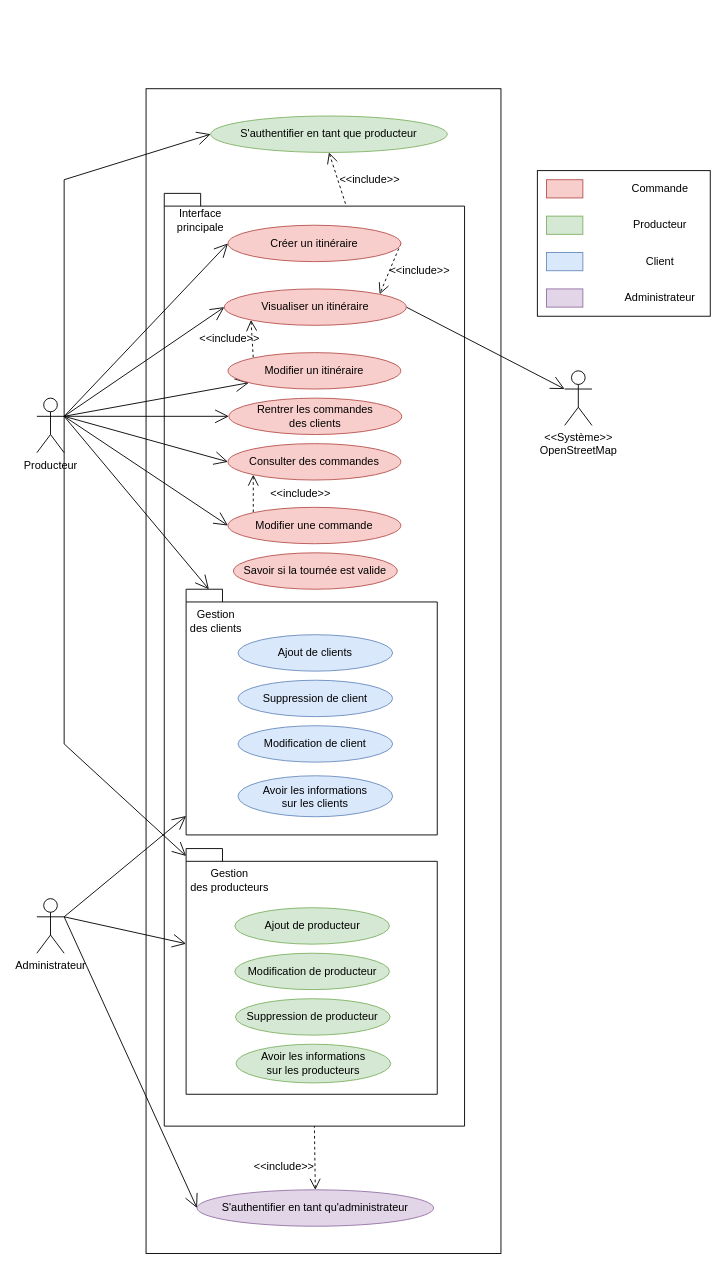
Above: GenieLogiciel/Diagrammes/diagramme-cas-utilisation/CasUtilisation.drawio in aeiiver/the-farmer-project (draw.io), before the change. Source tidied: cells renumbered, new cells numbered last; positions are measured from the earlier drawing's top-left corner, leaving out a move shared by most shapes. Both pictures are drawn from the tidied source at 91%, with x=0, y=0 at pixel (36, 88).
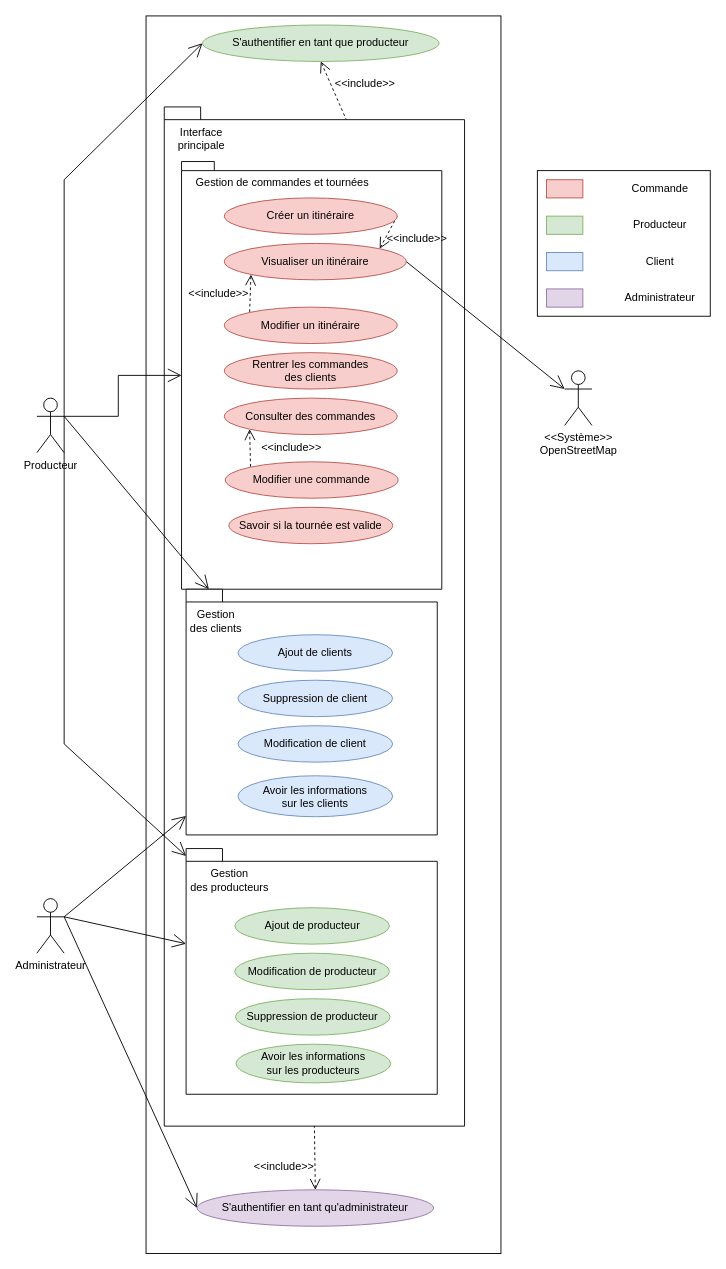
Above is the later version.

Commit message (it also covers changes not shown here):
Mise à jour du diagramme de cas d'utilisation (ajout d'un package de gestion de commande et correction d'une flèche)

The change refers to these unchanged cells:
```xml
<mxCell id="9" value="Producteur" style="shape=umlActor;verticalLabelPosition=bottom;verticalAlign=top;html=1;" parent="1" vertex="1">
  <mxGeometry y="340" width="30" height="60" as="geometry" />
</mxCell>
```

Diff of the diagram source:
```diff
@@
     <mxCell id="2" style="rounded=0;whiteSpace=wrap;html=1;" parent="1" vertex="1">
-      <mxGeometry x="120" width="390" height="1280" as="geometry" />
+      <mxGeometry x="120" y="-80" width="390" height="1360" as="geometry" />
     </mxCell>
     <mxCell id="3" style="shape=folder;fontStyle=1;spacingTop=10;tabWidth=40;tabHeight=14;tabPosition=left;html=1;" parent="1" vertex="1">
-      <mxGeometry x="140" y="115" width="330" height="1025" as="geometry" />
+      <mxGeometry x="140" y="20" width="330" height="1120" as="geometry" />
     </mxCell>
-    <mxCell id="4" style="edgeStyle=none;rounded=0;jettySize=auto;html=1;exitX=1;exitY=0.3333333333333333;exitDx=0;exitDy=0;exitPerimeter=0;entryX=0;entryY=0.5;entryDx=0;entryDy=0;endArrow=open;endFill=0;startArrow=none;startFill=0;endSize=13;startSize=13;" parent="1" edge="1" source="9" target="20">
-      <mxGeometry relative="1" as="geometry" />
-    </mxCell>
+    <mxCell id="61" style="shape=folder;fontStyle=1;tabWidth=36;tabHeight=10;tabPosition=left;html=1;boundedLbl=1;" parent="1" vertex="1">
+      <mxGeometry x="159" y="80" width="286" height="470" as="geometry" />
+    </mxCell>
@@
-    <mxCell id="7" style="edgeStyle=none;rounded=0;jettySize=auto;html=1;exitX=1;exitY=0.3333333333333333;exitDx=0;exitDy=0;exitPerimeter=0;endArrow=open;endFill=0;endSize=13;" parent="1" edge="1" source="9" target="21">
-      <mxGeometry relative="1" as="geometry" />
-    </mxCell>
-    <mxCell id="8" style="edgeStyle=none;rounded=0;jettySize=auto;html=1;exitX=1;exitY=0.3333333333333333;exitDx=0;exitDy=0;exitPerimeter=0;entryX=0;entryY=0.5;entryDx=0;entryDy=0;endArrow=open;endFill=0;endSize=13;" parent="1" edge="1" source="9" target="30">
-      <mxGeometry relative="1" as="geometry" />
-    </mxCell>
+    <mxCell id="62" style="edgeStyle=orthogonalEdgeStyle;rounded=0;jettySize=auto;html=1;exitX=1;exitY=0.3333333333333333;exitDx=0;exitDy=0;exitPerimeter=0;endArrow=open;endFill=0;endSize=13;" parent="1" edge="1" source="9" target="61">
+      <mxGeometry relative="1" as="geometry" />
+    </mxCell>
@@
-    <mxCell id="16" style="edgeStyle=none;rounded=0;jettySize=auto;html=1;exitX=0;exitY=0.5;exitDx=0;exitDy=0;entryX=1;entryY=0.3333333333333333;entryDx=0;entryDy=0;entryPerimeter=0;endArrow=none;endFill=0;startArrow=open;startFill=0;endSize=13;startSize=13;" parent="1" edge="1" source="18" target="9">
-      <mxGeometry relative="1" as="geometry" />
-    </mxCell>
@@
     <mxCell id="18" value="Visualiser un itinéraire" style="ellipse;whiteSpace=wrap;html=1;fillColor=#f8cecc;strokeColor=#b85450;" parent="1" vertex="1">
-      <mxGeometry x="206" y="220" width="200" height="40" as="geometry" />
+      <mxGeometry x="206" y="170" width="200" height="40" as="geometry" />
     </mxCell>
@@
     <mxCell id="20" value="Créer un itinéraire" style="ellipse;whiteSpace=wrap;html=1;fillColor=#f8cecc;strokeColor=#b85450;" parent="1" vertex="1">
-      <mxGeometry x="210" y="150" width="190" height="40" as="geometry" />
+      <mxGeometry x="206" y="120" width="190" height="40" as="geometry" />
     </mxCell>
     <mxCell id="21" value="Modifier un itinéraire" style="ellipse;whiteSpace=wrap;html=1;fillColor=#f8cecc;strokeColor=#b85450;" parent="1" vertex="1">
-      <mxGeometry x="210" y="290" width="190" height="40" as="geometry" />
+      <mxGeometry x="206" y="240" width="190" height="40" as="geometry" />
     </mxCell>
-    <mxCell id="22" style="edgeStyle=none;rounded=0;jettySize=auto;html=1;exitX=0;exitY=0.5;exitDx=0;exitDy=0;entryX=1;entryY=0.3333333333333333;entryDx=0;entryDy=0;entryPerimeter=0;endArrow=none;endFill=0;startArrow=open;startFill=0;endSize=13;startSize=13;" parent="1" edge="1" source="23" target="9">
-      <mxGeometry relative="1" as="geometry" />
-    </mxCell>
     <mxCell id="23" value="Rentrer les commandes&lt;br&gt;des clients" style="ellipse;whiteSpace=wrap;html=1;fillColor=#f8cecc;strokeColor=#b85450;" parent="1" vertex="1">
-      <mxGeometry x="211" y="340" width="190" height="40" as="geometry" />
+      <mxGeometry x="206" y="290" width="190" height="40" as="geometry" />
     </mxCell>
-    <mxCell id="24" style="edgeStyle=none;rounded=0;jettySize=auto;html=1;exitX=0;exitY=0.5;exitDx=0;exitDy=0;entryX=1;entryY=0.3333333333333333;entryDx=0;entryDy=0;entryPerimeter=0;endArrow=none;endFill=0;startArrow=open;startFill=0;endSize=13;startSize=13;" parent="1" edge="1" source="26" target="9">
-      <mxGeometry relative="1" as="geometry" />
-    </mxCell>
@@
     <mxCell id="26" value="Consulter des commandes" style="ellipse;whiteSpace=wrap;html=1;fillColor=#f8cecc;strokeColor=#b85450;" parent="1" vertex="1">
-      <mxGeometry x="210" y="390" width="190" height="40" as="geometry" />
+      <mxGeometry x="206" y="340" width="190" height="40" as="geometry" />
     </mxCell>
@@
     <mxCell id="29" value="S'authentifier en tant que producteur" style="ellipse;whiteSpace=wrap;html=1;fillColor=#d5e8d4;strokeColor=#82b366;" parent="1" vertex="1">
-      <mxGeometry x="191" y="30" width="260" height="40" as="geometry" />
+      <mxGeometry x="182" y="-70" width="260" height="40" as="geometry" />
     </mxCell>
     <mxCell id="30" value="Modifier une commande" style="ellipse;whiteSpace=wrap;html=1;fillColor=#f8cecc;strokeColor=#b85450;" parent="1" vertex="1">
-      <mxGeometry x="210" y="460" width="190" height="40" as="geometry" />
+      <mxGeometry x="207" y="410" width="190" height="40" as="geometry" />
     </mxCell>
     <mxCell id="31" value="&amp;lt;&amp;lt;include&amp;gt;&amp;gt;" style="text;html=1;strokeColor=none;fillColor=none;align=center;verticalAlign=middle;whiteSpace=wrap;rounded=0;" parent="1" vertex="1">
-      <mxGeometry x="260" y="430" width="60" height="30" as="geometry" />
+      <mxGeometry x="250" y="380" width="60" height="30" as="geometry" />
     </mxCell>
     <mxCell id="32" value="&amp;lt;&amp;lt;include&amp;gt;&amp;gt;" style="text;html=1;strokeColor=none;fillColor=none;align=center;verticalAlign=middle;whiteSpace=wrap;rounded=0;" parent="1" vertex="1">
-      <mxGeometry x="182" y="260" width="60" height="30" as="geometry" />
+      <mxGeometry x="170" y="210" width="60" height="30" as="geometry" />
     </mxCell>
     <mxCell id="33" value="Savoir si la tournée est valide" style="ellipse;whiteSpace=wrap;html=1;fillColor=#f8cecc;strokeColor=#b85450;" parent="1" vertex="1">
-      <mxGeometry x="216" y="510" width="180" height="40" as="geometry" />
+      <mxGeometry x="211" y="460" width="180" height="40" as="geometry" />
     </mxCell>
@@
     <mxCell id="41" value="&amp;lt;&amp;lt;include&amp;gt;&amp;gt;" style="text;html=1;strokeColor=none;fillColor=none;align=center;verticalAlign=middle;whiteSpace=wrap;rounded=0;" parent="1" vertex="1">
-      <mxGeometry x="391" y="185" width="60" height="30" as="geometry" />
+      <mxGeometry x="388.2" y="150" width="60" height="30" as="geometry" />
     </mxCell>
     <mxCell id="42" value="&amp;lt;&amp;lt;include&amp;gt;&amp;gt;" style="text;html=1;strokeColor=none;fillColor=none;align=center;verticalAlign=middle;whiteSpace=wrap;rounded=0;" parent="1" vertex="1">
-      <mxGeometry x="336" y="85" width="60" height="30" as="geometry" />
+      <mxGeometry x="331" y="-20" width="60" height="30" as="geometry" />
     </mxCell>
@@
     <mxCell id="60" value="Interface&lt;br&gt;principale" style="text;html=1;strokeColor=none;fillColor=none;align=center;verticalAlign=middle;whiteSpace=wrap;rounded=0;" parent="1" vertex="1">
-      <mxGeometry x="140" y="130" width="80" height="30" as="geometry" />
+      <mxGeometry x="141" y="40" width="80" height="30" as="geometry" />
     </mxCell>
+    <mxCell id="63" value="&lt;div&gt;Gestion de commandes et tournées&lt;/div&gt;&lt;div&gt;&lt;br&gt;&lt;/div&gt;" style="text;html=1;strokeColor=none;fillColor=none;align=center;verticalAlign=middle;whiteSpace=wrap;rounded=0;" parent="1" vertex="1">
+      <mxGeometry x="151.5" y="95" width="236" height="30" as="geometry" />
+    </mxCell>
```
